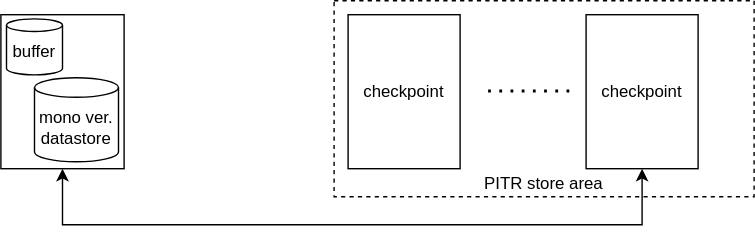
Before: docs/backup2.drawio.svg, a diagram exported from draw.io (project-tsurugi/limestone). Source tidied: cells renumbered, new cells last; positions are measured from the earlier drawing's top-left corner, leaving out a move shared by most shapes.
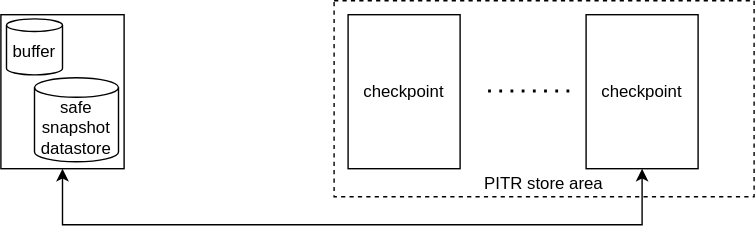
Later version of the same file.

The edit, as a diff of the source:
```diff
@@ -8,7 +8,7 @@
     <mxCell id="3" style="rounded=0;whiteSpace=wrap;html=1;strokeWidth=1;verticalAlign=top;align=left;" parent="1" vertex="1">
       <mxGeometry y="10" width="88" height="110" as="geometry" />
     </mxCell>
-    <mxCell id="4" value="mono ver.&lt;br&gt;datastore" style="shape=cylinder3;whiteSpace=wrap;html=1;boundedLbl=1;backgroundOutline=1;size=7;strokeWidth=1;" parent="1" vertex="1">
+    <mxCell id="4" value="safe&lt;br&gt;snapshot&lt;br&gt;datastore" style="shape=cylinder3;whiteSpace=wrap;html=1;boundedLbl=1;backgroundOutline=1;size=7;strokeWidth=1;" parent="1" vertex="1">
       <mxGeometry x="24" y="55" width="60" height="60" as="geometry" />
     </mxCell>
     <mxCell id="5" value="buffer" style="shape=cylinder3;whiteSpace=wrap;html=1;boundedLbl=1;backgroundOutline=1;size=4.5;strokeWidth=1;" parent="1" vertex="1">
```
